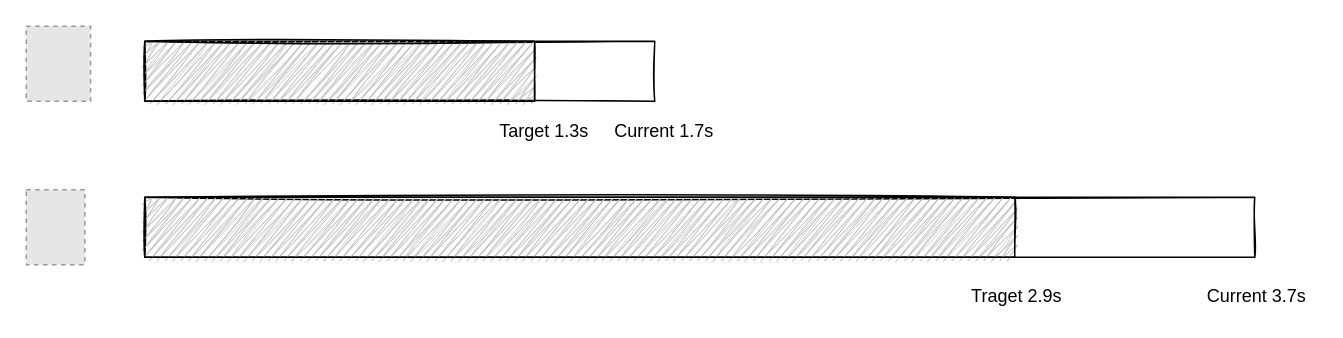
This is 2021 Promotion/ap1.drawio from harrybaa/drawio, a draw.io file, before an edit. Source tidied: cells renumbered, new cells numbered last; positions are measured from the earlier drawing's top-left corner, leaving out a move shared by most shapes. Both pictures are drawn from the tidied source at 150%, with x=0, y=0 at pixel (26, 26). Pictures stored in the file or linked from it are replaced by grey dashed boxes.
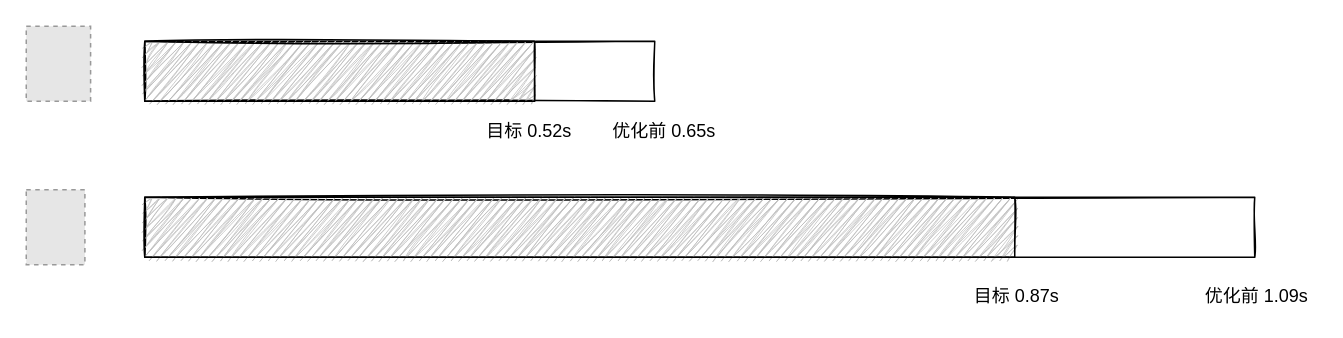
The same diagram, later.

What changed in the source:
```diff
@@
 <mxGraphModel>
   <root>
     <mxCell id="0" />
     <mxCell id="1" parent="0" />
     <mxCell id="2" style="fillColor=#E6E6E6;strokeColor=#999999;dashed=1;verticalLabelPosition=bottom;labelBackgroundColor=#ffffff;verticalAlign=top;" parent="1" vertex="1">
       <mxGeometry width="42.9" height="50" as="geometry" />
     </mxCell>
     <mxCell id="3" style="rounded=0;whiteSpace=wrap;html=1;sketch=1;glass=0;" parent="1" vertex="1">
       <mxGeometry x="79" y="10" width="340" height="40" as="geometry" />
     </mxCell>
     <mxCell id="4" style="rounded=0;whiteSpace=wrap;html=1;glass=0;sketch=1;fillStyle=zigzag;fillColor=#BDBDBD;" parent="1" vertex="1">
       <mxGeometry x="79" y="10" width="260" height="40" as="geometry" />
     </mxCell>
     <mxCell id="5" style="fillColor=#E6E6E6;strokeColor=#999999;dashed=1;verticalLabelPosition=bottom;labelBackgroundColor=#ffffff;verticalAlign=top;" parent="1" vertex="1">
       <mxGeometry y="109" width="39.1" height="50" as="geometry" />
     </mxCell>
     <mxCell id="6" style="rounded=0;whiteSpace=wrap;html=1;sketch=1;glass=0;" parent="1" vertex="1">
       <mxGeometry x="79" y="114" width="740" height="40" as="geometry" />
     </mxCell>
     <mxCell id="7" style="rounded=0;whiteSpace=wrap;html=1;glass=0;sketch=1;fillStyle=zigzag;fillColor=#BDBDBD;" parent="1" vertex="1">
       <mxGeometry x="79" y="114" width="580" height="40" as="geometry" />
     </mxCell>
-    <mxCell id="8" value="Target 1.3s" style="text;html=1;align=center;verticalAlign=middle;strokeColor=none;fillColor=none;" parent="1" vertex="1">
-      <mxGeometry x="310" y="60" width="70" height="20" as="geometry" />
+    <mxCell id="8" value="目标 0.52s" style="text;html=1;align=center;verticalAlign=middle;strokeColor=none;fillColor=none;" parent="1" vertex="1">
+      <mxGeometry x="300" y="60" width="70" height="20" as="geometry" />
     </mxCell>
-    <mxCell id="9" value="Current 1.7s" style="text;html=1;align=center;verticalAlign=middle;strokeColor=none;fillColor=none;" parent="1" vertex="1">
+    <mxCell id="9" value="优化前 0.65s" style="text;html=1;align=center;verticalAlign=middle;strokeColor=none;fillColor=none;" parent="1" vertex="1">
       <mxGeometry x="385" y="60" width="80" height="20" as="geometry" />
     </mxCell>
-    <mxCell id="10" value="Current 3.7s" style="text;html=1;align=center;verticalAlign=middle;strokeColor=none;fillColor=none;" parent="1" vertex="1">
+    <mxCell id="10" value="优化前 1.09s" style="text;html=1;align=center;verticalAlign=middle;strokeColor=none;fillColor=none;" parent="1" vertex="1">
       <mxGeometry x="780" y="170" width="80" height="20" as="geometry" />
     </mxCell>
-    <mxCell id="11" value="Traget 2.9s" style="text;html=1;align=center;verticalAlign=middle;strokeColor=none;fillColor=none;" parent="1" vertex="1">
-      <mxGeometry x="620" y="170" width="80" height="20" as="geometry" />
+    <mxCell id="11" value="目标 0.87s" style="text;html=1;align=center;verticalAlign=middle;strokeColor=none;fillColor=none;" parent="1" vertex="1">
+      <mxGeometry x="625" y="170" width="70" height="20" as="geometry" />
     </mxCell>
   </root>
 </mxGraphModel>
```
